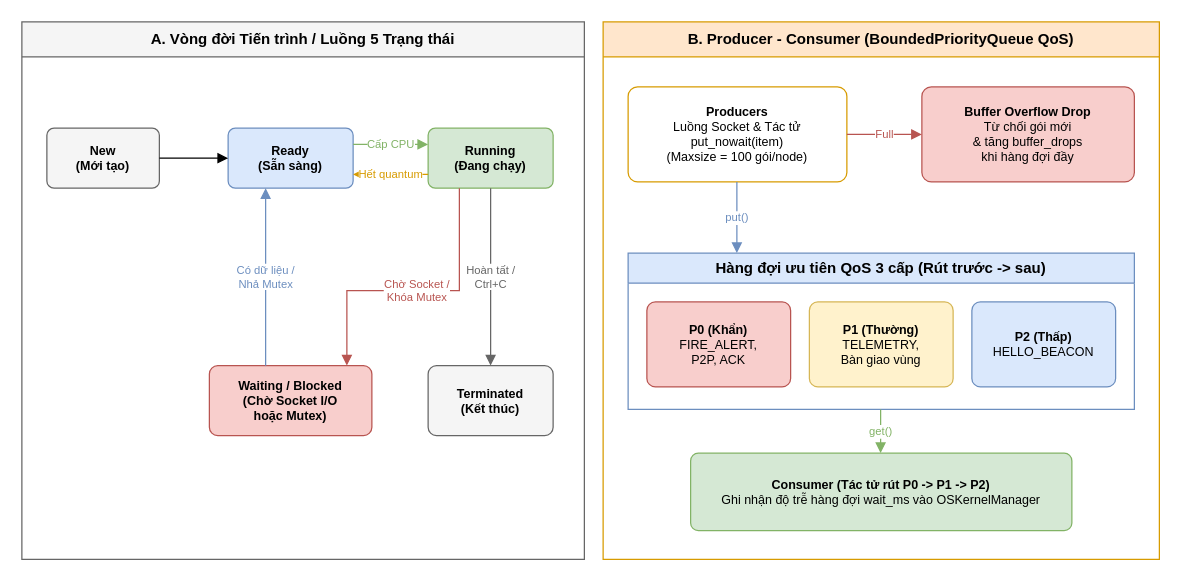
Above: docs/diagrams_drawio/fig1_2_os_states_and_pq.drawio in xuanquy06/PBL4 (draw.io), before the change. Source tidied: cells renumbered, new cells numbered last; positions are measured from the earlier drawing's top-left corner, leaving out a move shared by most shapes. Both pictures are drawn from the tidied source at 125%, with x=0, y=0 at pixel (21, 21).
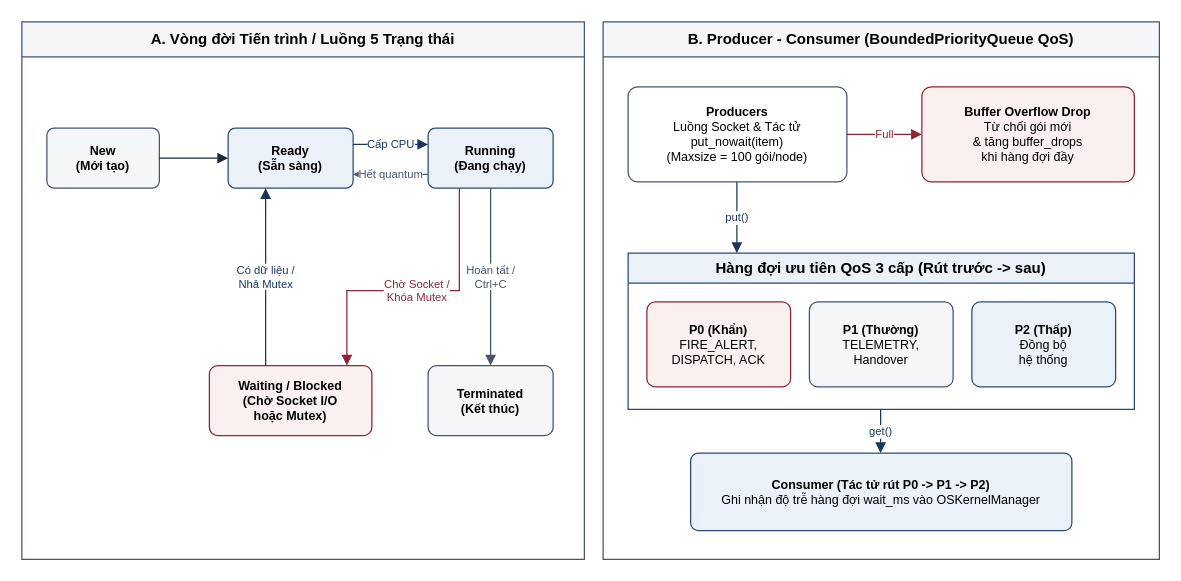
After the change.

Diff of the diagram source:
```diff
@@
-    <mxCell id="2" value="A. Vòng đời Tiến trình / Luồng 5 Trạng thái" style="swimlane;whiteSpace=wrap;html=1;startSize=28;fillColor=#f5f5f5;strokeColor=#666666;swimlaneFillColor=#ffffff;fontSize=12;fontStyle=1;fontColor=#000000;" parent="1" vertex="1">
+    <mxCell id="2" value="A. Vòng đời Tiến trình / Luồng 5 Trạng thái" style="swimlane;whiteSpace=wrap;html=1;startSize=28;fillColor=#F4F6F8;strokeColor=#475569;swimlaneFillColor=#FFFFFF;fontSize=12;fontStyle=1;fontColor=#000000;" parent="1" vertex="1">
       <mxGeometry width="450" height="430" as="geometry" />
     </mxCell>
-    <mxCell id="3" value="New&lt;br&gt;(Mới tạo)" style="rounded=1;arcSize=12;whiteSpace=wrap;html=1;fillColor=#f5f5f5;strokeColor=#666666;fontSize=10;fontColor=#000000;fontStyle=1;" parent="1" vertex="1">
+    <mxCell id="3" value="New&lt;br&gt;(Mới tạo)" style="rounded=1;arcSize=12;whiteSpace=wrap;html=1;fillColor=#F4F6F8;strokeColor=#475569;fontSize=10;fontColor=#000000;fontStyle=1;" parent="1" vertex="1">
       <mxGeometry x="20" y="85" width="90" height="48" as="geometry" />
     </mxCell>
-    <mxCell id="4" value="Ready&lt;br&gt;(Sẵn sàng)" style="rounded=1;arcSize=12;whiteSpace=wrap;html=1;fillColor=#dae8fc;strokeColor=#6c8ebf;fontSize=10;fontColor=#000000;fontStyle=1;" parent="1" vertex="1">
+    <mxCell id="4" value="Ready&lt;br&gt;(Sẵn sàng)" style="rounded=1;arcSize=12;whiteSpace=wrap;html=1;fillColor=#EBF1F8;strokeColor=#2C4A70;fontSize=10;fontColor=#000000;fontStyle=1;" parent="1" vertex="1">
       <mxGeometry x="165" y="85" width="100" height="48" as="geometry" />
     </mxCell>
-    <mxCell id="5" value="Running&lt;br&gt;(Đang chạy)" style="rounded=1;arcSize=12;whiteSpace=wrap;html=1;fillColor=#d5e8d4;strokeColor=#82b366;fontSize=10;fontColor=#000000;fontStyle=1;" parent="1" vertex="1">
+    <mxCell id="5" value="Running&lt;br&gt;(Đang chạy)" style="rounded=1;arcSize=12;whiteSpace=wrap;html=1;fillColor=#EBF1F8;strokeColor=#2C4A70;fontSize=10;fontColor=#000000;fontStyle=1;" parent="1" vertex="1">
       <mxGeometry x="325" y="85" width="100" height="48" as="geometry" />
     </mxCell>
-    <mxCell id="6" value="Waiting / Blocked&lt;br&gt;(Chờ Socket I/O&lt;br&gt;hoặc Mutex)" style="rounded=1;arcSize=12;whiteSpace=wrap;html=1;fillColor=#f8cecc;strokeColor=#b85450;fontSize=10;fontColor=#000000;fontStyle=1;" parent="1" vertex="1">
+    <mxCell id="6" value="Waiting / Blocked&lt;br&gt;(Chờ Socket I/O&lt;br&gt;hoặc Mutex)" style="rounded=1;arcSize=12;whiteSpace=wrap;html=1;fillColor=#FAF0F0;strokeColor=#8B2635;fontSize=10;fontColor=#000000;fontStyle=1;" parent="1" vertex="1">
       <mxGeometry x="150" y="275" width="130" height="56" as="geometry" />
     </mxCell>
-    <mxCell id="7" value="Terminated&lt;br&gt;(Kết thúc)" style="rounded=1;arcSize=12;whiteSpace=wrap;html=1;fillColor=#f5f5f5;strokeColor=#666666;fontSize=10;fontColor=#000000;fontStyle=1;" parent="1" vertex="1">
+    <mxCell id="7" value="Terminated&lt;br&gt;(Kết thúc)" style="rounded=1;arcSize=12;whiteSpace=wrap;html=1;fillColor=#F4F6F8;strokeColor=#475569;fontSize=10;fontColor=#000000;fontStyle=1;" parent="1" vertex="1">
       <mxGeometry x="325" y="275" width="100" height="56" as="geometry" />
     </mxCell>
-    <mxCell id="8" style="edgeStyle=orthogonalEdgeStyle;rounded=0;orthogonalLoop=1;jettySize=auto;html=1;strokeColor=#000000;fontColor=#000000;fontSize=9;endArrow=block;endFill=1;" parent="1" edge="1">
+    <mxCell id="8" style="edgeStyle=orthogonalEdgeStyle;rounded=0;orthogonalLoop=1;jettySize=auto;html=1;strokeColor=#1E293B;fontColor=#1E293B;fontSize=9;endArrow=block;endFill=1;" parent="1" edge="1">
       <mxGeometry relative="1" as="geometry">
         <mxPoint x="110" y="109" as="sourcePoint" />
         <mxPoint x="165" y="109" as="targetPoint" />
       </mxGeometry>
     </mxCell>
-    <mxCell id="9" value="Cấp CPU" style="edgeStyle=orthogonalEdgeStyle;rounded=0;orthogonalLoop=1;jettySize=auto;html=1;strokeColor=#82b366;fontColor=#82b366;fontSize=9;endArrow=block;endFill=1;" parent="1" edge="1">
+    <mxCell id="9" value="Cấp CPU" style="edgeStyle=orthogonalEdgeStyle;rounded=0;orthogonalLoop=1;jettySize=auto;html=1;strokeColor=#1B365D;fontColor=#1B365D;fontSize=9;endArrow=block;endFill=1;" parent="1" edge="1">
       <mxGeometry relative="1" as="geometry">
         <mxPoint x="265" y="98" as="sourcePoint" />
         <mxPoint x="325" y="98" as="targetPoint" />
       </mxGeometry>
     </mxCell>
-    <mxCell id="10" value="Hết quantum" style="edgeStyle=orthogonalEdgeStyle;rounded=0;orthogonalLoop=1;jettySize=auto;html=1;strokeColor=#d79b00;fontColor=#d79b00;fontSize=9;endArrow=block;endFill=1;" parent="1" edge="1">
+    <mxCell id="10" value="Hết quantum" style="edgeStyle=orthogonalEdgeStyle;rounded=0;orthogonalLoop=1;jettySize=auto;html=1;strokeColor=#475569;fontColor=#475569;fontSize=9;endArrow=block;endFill=1;" parent="1" edge="1">
       <mxGeometry relative="1" as="geometry">
         <mxPoint x="325" y="122" as="sourcePoint" />
         <mxPoint x="265" y="122" as="targetPoint" />
       </mxGeometry>
     </mxCell>
-    <mxCell id="11" value="Hoàn tất /&lt;br&gt;Ctrl+C" style="edgeStyle=orthogonalEdgeStyle;rounded=0;orthogonalLoop=1;jettySize=auto;html=1;strokeColor=#666666;fontColor=#666666;fontSize=9;endArrow=block;endFill=1;" parent="1" edge="1">
+    <mxCell id="11" value="Hoàn tất /&lt;br&gt;Ctrl+C" style="edgeStyle=orthogonalEdgeStyle;rounded=0;orthogonalLoop=1;jettySize=auto;html=1;strokeColor=#475569;fontColor=#475569;fontSize=9;endArrow=block;endFill=1;" parent="1" edge="1">
       <mxGeometry relative="1" as="geometry">
         <mxPoint x="375" y="133" as="sourcePoint" />
         <mxPoint x="375" y="275" as="targetPoint" />
       </mxGeometry>
     </mxCell>
-    <mxCell id="12" value="Chờ Socket /&lt;br&gt;Khóa Mutex" style="edgeStyle=orthogonalEdgeStyle;rounded=0;orthogonalLoop=1;jettySize=auto;html=1;strokeColor=#b85450;fontColor=#b85450;fontSize=9;endArrow=block;endFill=1;" parent="1" edge="1">
+    <mxCell id="12" value="Chờ Socket /&lt;br&gt;Khóa Mutex" style="edgeStyle=orthogonalEdgeStyle;rounded=0;orthogonalLoop=1;jettySize=auto;html=1;strokeColor=#8B2635;fontColor=#8B2635;fontSize=9;endArrow=block;endFill=1;" parent="1" edge="1">
       <mxGeometry relative="1" as="geometry">
         <mxPoint x="350" y="133" as="sourcePoint" />
         <mxPoint x="260" y="275" as="targetPoint" />
         <Array as="points">
           <mxPoint x="350" y="215" />
           <mxPoint x="260" y="215" />
         </Array>
       </mxGeometry>
     </mxCell>
-    <mxCell id="13" value="Có dữ liệu /&lt;br&gt;Nhả Mutex" style="edgeStyle=orthogonalEdgeStyle;rounded=0;orthogonalLoop=1;jettySize=auto;html=1;strokeColor=#6c8ebf;fontColor=#6c8ebf;fontSize=9;endArrow=block;endFill=1;" parent="1" edge="1">
+    <mxCell id="13" value="Có dữ liệu /&lt;br&gt;Nhả Mutex" style="edgeStyle=orthogonalEdgeStyle;rounded=0;orthogonalLoop=1;jettySize=auto;html=1;strokeColor=#1B365D;fontColor=#1B365D;fontSize=9;endArrow=block;endFill=1;" parent="1" edge="1">
       <mxGeometry relative="1" as="geometry">
         <mxPoint x="195" y="275" as="sourcePoint" />
         <mxPoint x="195" y="133" as="targetPoint" />
       </mxGeometry>
     </mxCell>
-    <mxCell id="14" value="B. Producer - Consumer (BoundedPriorityQueue QoS)" style="swimlane;whiteSpace=wrap;html=1;startSize=28;fillColor=#ffe6cc;strokeColor=#d79b00;swimlaneFillColor=#ffffff;fontSize=12;fontStyle=1;fontColor=#000000;" parent="1" vertex="1">
+    <mxCell id="14" value="B. Producer - Consumer (BoundedPriorityQueue QoS)" style="swimlane;whiteSpace=wrap;html=1;startSize=28;fillColor=#F4F6F8;strokeColor=#475569;swimlaneFillColor=#FFFFFF;fontSize=12;fontStyle=1;fontColor=#000000;" parent="1" vertex="1">
       <mxGeometry x="465" width="445" height="430" as="geometry" />
     </mxCell>
-    <mxCell id="15" value="&lt;b&gt;Producers&lt;/b&gt;&lt;br&gt;Luồng Socket &amp;amp; Tác tử&lt;br&gt;put_nowait(item)&lt;br&gt;(Maxsize = 100 gói/node)" style="rounded=1;arcSize=10;whiteSpace=wrap;html=1;fillColor=#ffffff;strokeColor=#d79b00;fontSize=10;fontColor=#000000;" parent="1" vertex="1">
+    <mxCell id="15" value="&lt;b&gt;Producers&lt;/b&gt;&lt;br&gt;Luồng Socket &amp;amp; Tác tử&lt;br&gt;put_nowait(item)&lt;br&gt;(Maxsize = 100 gói/node)" style="rounded=1;arcSize=10;whiteSpace=wrap;html=1;fillColor=#FFFFFF;strokeColor=#475569;fontSize=10;fontColor=#000000;" parent="1" vertex="1">
       <mxGeometry x="485" y="52" width="175" height="76" as="geometry" />
     </mxCell>
-    <mxCell id="16" value="&lt;b&gt;Buffer Overflow Drop&lt;/b&gt;&lt;br&gt;Từ chối gói mới&lt;br&gt;&amp;amp; tăng buffer_drops&lt;br&gt;khi hàng đợi đầy" style="rounded=1;arcSize=10;whiteSpace=wrap;html=1;fillColor=#f8cecc;strokeColor=#b85450;fontSize=10;fontColor=#000000;" parent="1" vertex="1">
+    <mxCell id="16" value="&lt;b&gt;Buffer Overflow Drop&lt;/b&gt;&lt;br&gt;Từ chối gói mới&lt;br&gt;&amp;amp; tăng buffer_drops&lt;br&gt;khi hàng đợi đầy" style="rounded=1;arcSize=10;whiteSpace=wrap;html=1;fillColor=#FAF0F0;strokeColor=#8B2635;fontSize=10;fontColor=#000000;" parent="1" vertex="1">
       <mxGeometry x="720" y="52" width="170" height="76" as="geometry" />
     </mxCell>
-    <mxCell id="17" value="Full" style="edgeStyle=orthogonalEdgeStyle;rounded=0;orthogonalLoop=1;jettySize=auto;html=1;strokeColor=#b85450;fontColor=#b85450;fontSize=9;endArrow=block;endFill=1;" parent="1" edge="1">
+    <mxCell id="17" value="Full" style="edgeStyle=orthogonalEdgeStyle;rounded=0;orthogonalLoop=1;jettySize=auto;html=1;strokeColor=#8B2635;fontColor=#8B2635;fontSize=9;endArrow=block;endFill=1;" parent="1" edge="1">
       <mxGeometry relative="1" as="geometry">
         <mxPoint x="660" y="90" as="sourcePoint" />
         <mxPoint x="720" y="90" as="targetPoint" />
       </mxGeometry>
     </mxCell>
-    <mxCell id="18" value="Hàng đợi ưu tiên QoS 3 cấp (Rút trước -&amp;gt; sau)" style="swimlane;whiteSpace=wrap;html=1;startSize=24;fillColor=#dae8fc;strokeColor=#6c8ebf;swimlaneFillColor=#ffffff;fontSize=12;fontStyle=1;fontColor=#000000;" parent="1" vertex="1">
+    <mxCell id="18" value="Hàng đợi ưu tiên QoS 3 cấp (Rút trước -&amp;gt; sau)" style="swimlane;whiteSpace=wrap;html=1;startSize=24;fillColor=#EBF1F8;strokeColor=#2C4A70;swimlaneFillColor=#FFFFFF;fontSize=12;fontStyle=1;fontColor=#000000;" parent="1" vertex="1">
       <mxGeometry x="485" y="185" width="405" height="125" as="geometry" />
     </mxCell>
-    <mxCell id="19" value="&lt;b&gt;P0 (Khẩn)&lt;/b&gt;&lt;br&gt;FIRE_ALERT,&lt;br&gt;P2P, ACK" style="rounded=1;arcSize=10;whiteSpace=wrap;html=1;fillColor=#f8cecc;strokeColor=#b85450;fontSize=10;fontColor=#000000;" parent="1" vertex="1">
+    <mxCell id="19" value="&lt;b&gt;P0 (Khẩn)&lt;/b&gt;&lt;br&gt;FIRE_ALERT,&lt;br&gt;DISPATCH, ACK" style="rounded=1;arcSize=10;whiteSpace=wrap;html=1;fillColor=#FAF0F0;strokeColor=#8B2635;fontSize=10;fontColor=#000000;" parent="1" vertex="1">
       <mxGeometry x="500" y="224" width="115" height="68" as="geometry" />
     </mxCell>
-    <mxCell id="20" value="&lt;b&gt;P1 (Thường)&lt;/b&gt;&lt;br&gt;TELEMETRY,&lt;br&gt;Bàn giao vùng" style="rounded=1;arcSize=10;whiteSpace=wrap;html=1;fillColor=#fff2cc;strokeColor=#d6b656;fontSize=10;fontColor=#000000;" parent="1" vertex="1">
+    <mxCell id="20" value="&lt;b&gt;P1 (Thường)&lt;/b&gt;&lt;br&gt;TELEMETRY,&lt;br&gt;Handover" style="rounded=1;arcSize=10;whiteSpace=wrap;html=1;fillColor=#F4F6F8;strokeColor=#475569;fontSize=10;fontColor=#000000;" parent="1" vertex="1">
       <mxGeometry x="630" y="224" width="115" height="68" as="geometry" />
     </mxCell>
-    <mxCell id="21" value="&lt;b&gt;P2 (Thấp)&lt;/b&gt;&lt;br&gt;HELLO_BEACON" style="rounded=1;arcSize=10;whiteSpace=wrap;html=1;fillColor=#dae8fc;strokeColor=#6c8ebf;fontSize=10;fontColor=#000000;" parent="1" vertex="1">
+    <mxCell id="21" value="&lt;b&gt;P2 (Thấp)&lt;/b&gt;&lt;br&gt;Đồng bộ&lt;br&gt;hệ thống" style="rounded=1;arcSize=10;whiteSpace=wrap;html=1;fillColor=#EBF1F8;strokeColor=#2C4A70;fontSize=10;fontColor=#000000;" parent="1" vertex="1">
       <mxGeometry x="760" y="224" width="115" height="68" as="geometry" />
     </mxCell>
-    <mxCell id="22" value="&lt;b&gt;Consumer (Tác tử rút P0 -&amp;gt; P1 -&amp;gt; P2)&lt;/b&gt;&lt;br&gt;Ghi nhận độ trễ hàng đợi wait_ms vào OSKernelManager" style="rounded=1;arcSize=10;whiteSpace=wrap;html=1;fillColor=#d5e8d4;strokeColor=#82b366;fontSize=10;fontColor=#000000;" parent="1" vertex="1">
+    <mxCell id="22" value="&lt;b&gt;Consumer (Tác tử rút P0 -&amp;gt; P1 -&amp;gt; P2)&lt;/b&gt;&lt;br&gt;Ghi nhận độ trễ hàng đợi wait_ms vào OSKernelManager" style="rounded=1;arcSize=10;whiteSpace=wrap;html=1;fillColor=#EBF1F8;strokeColor=#2C4A70;fontSize=10;fontColor=#000000;" parent="1" vertex="1">
       <mxGeometry x="535" y="345" width="305" height="62" as="geometry" />
     </mxCell>
-    <mxCell id="23" value="put()" style="edgeStyle=orthogonalEdgeStyle;rounded=0;orthogonalLoop=1;jettySize=auto;html=1;strokeColor=#6c8ebf;fontColor=#6c8ebf;fontSize=9;endArrow=block;endFill=1;" parent="1" edge="1">
+    <mxCell id="23" value="put()" style="edgeStyle=orthogonalEdgeStyle;rounded=0;orthogonalLoop=1;jettySize=auto;html=1;strokeColor=#1B365D;fontColor=#1B365D;fontSize=9;endArrow=block;endFill=1;" parent="1" edge="1">
       <mxGeometry relative="1" as="geometry">
         <mxPoint x="572" y="128" as="sourcePoint" />
         <mxPoint x="572" y="185" as="targetPoint" />
       </mxGeometry>
     </mxCell>
-    <mxCell id="24" value="get()" style="edgeStyle=orthogonalEdgeStyle;rounded=0;orthogonalLoop=1;jettySize=auto;html=1;strokeColor=#82b366;fontColor=#82b366;fontSize=9;endArrow=block;endFill=1;" parent="1" edge="1">
+    <mxCell id="24" value="get()" style="edgeStyle=orthogonalEdgeStyle;rounded=0;orthogonalLoop=1;jettySize=auto;html=1;strokeColor=#1B365D;fontColor=#1B365D;fontSize=9;endArrow=block;endFill=1;" parent="1" edge="1">
       <mxGeometry relative="1" as="geometry">
         <mxPoint x="687" y="310" as="sourcePoint" />
         <mxPoint x="687" y="345" as="targetPoint" />
       </mxGeometry>
     </mxCell>
```
